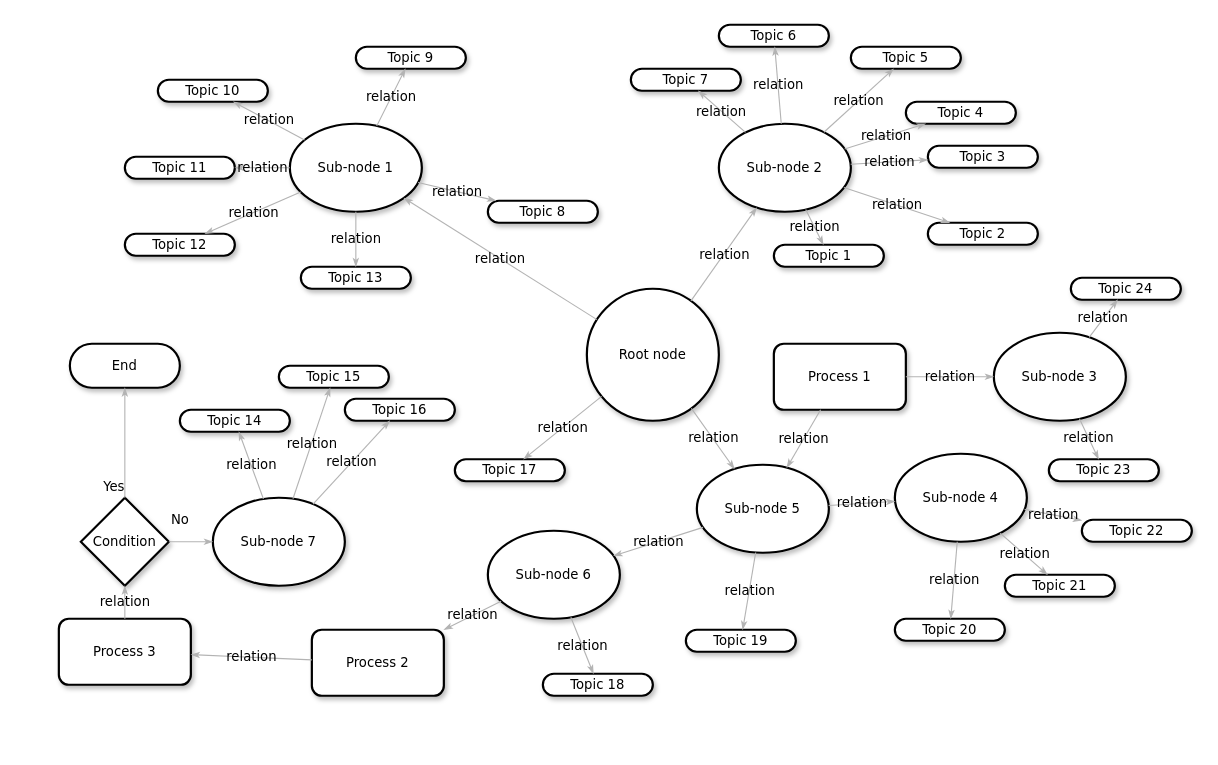
Before: Untitled Diagram.drawio in CWWhitney/ethnoforestry_agroforestry, a draw.io diagram. Source tidied: cells renumbered, new cells numbered last; positions are measured from the earlier drawing's top-left corner, leaving out a move shared by most shapes. Both pictures are drawn from the tidied source at 110%, with x=0, y=0 at pixel (58, 24).
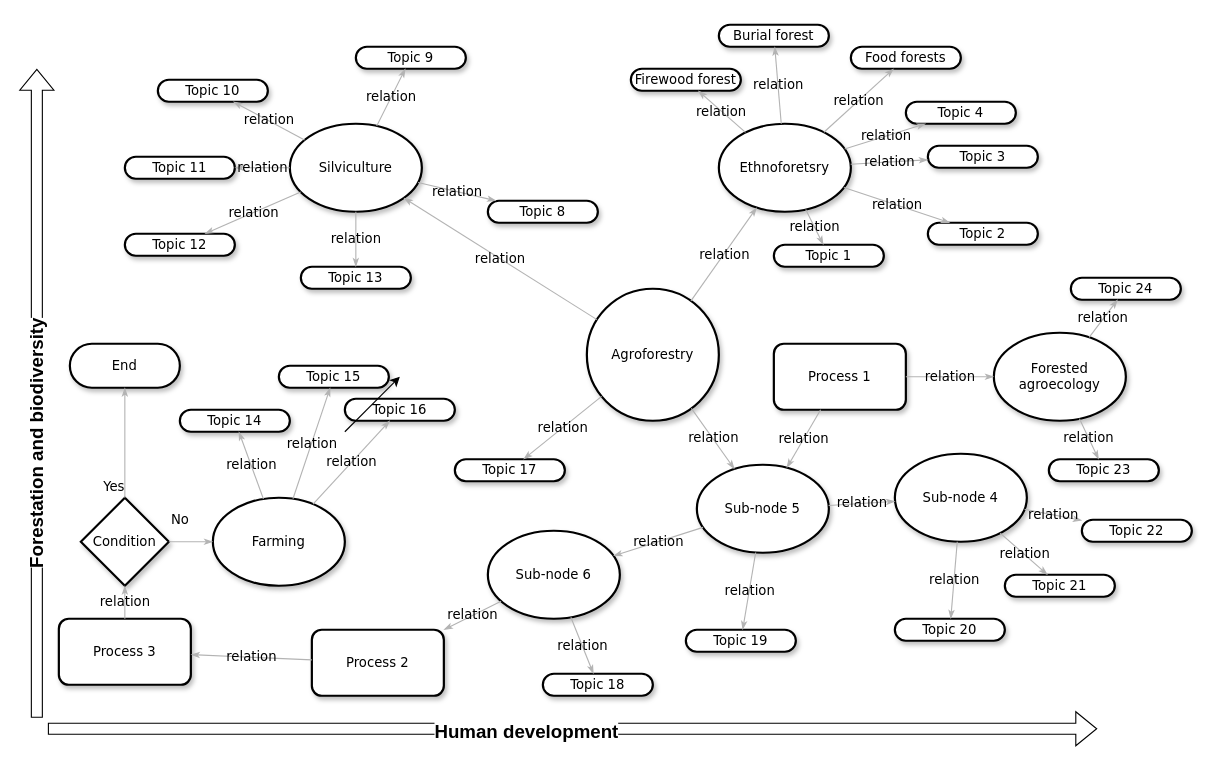
The same page after the edit.

Change to the diagram source:
```diff
@@
-    <mxCell id="3" value="Sub-node 1" style="ellipse;whiteSpace=wrap;html=1;rounded=1;shadow=1;comic=0;labelBackgroundColor=none;strokeWidth=2;fontFamily=Verdana;fontSize=12;align=center;" parent="1" vertex="1">
+    <mxCell id="3" value="Silviculture" style="ellipse;whiteSpace=wrap;html=1;rounded=1;shadow=1;comic=0;labelBackgroundColor=none;strokeWidth=2;fontFamily=Verdana;fontSize=12;align=center;" parent="1" vertex="1">
       <mxGeometry x="210" y="90" width="120" height="80" as="geometry" />
     </mxCell>
-    <mxCell id="4" value="&lt;span&gt;Sub-node 2&lt;/span&gt;" style="ellipse;whiteSpace=wrap;html=1;rounded=1;shadow=1;comic=0;labelBackgroundColor=none;strokeWidth=2;fontFamily=Verdana;fontSize=12;align=center;" parent="1" vertex="1">
+    <mxCell id="4" value="Ethnoforetsry" style="ellipse;whiteSpace=wrap;html=1;rounded=1;shadow=1;comic=0;labelBackgroundColor=none;strokeWidth=2;fontFamily=Verdana;fontSize=12;align=center;" parent="1" vertex="1">
       <mxGeometry x="600" y="90" width="120" height="80" as="geometry" />
     </mxCell>
-    <mxCell id="5" value="Root node" style="ellipse;whiteSpace=wrap;html=1;rounded=1;shadow=1;comic=0;labelBackgroundColor=none;strokeWidth=2;fontFamily=Verdana;fontSize=12;align=center;" parent="1" vertex="1">
+    <mxCell id="5" value="Agroforestry" style="ellipse;whiteSpace=wrap;html=1;rounded=1;shadow=1;comic=0;labelBackgroundColor=none;strokeWidth=2;fontFamily=Verdana;fontSize=12;align=center;" parent="1" vertex="1">
       <mxGeometry x="480" y="240" width="120" height="120" as="geometry" />
     </mxCell>
@@
-    <mxCell id="12" value="&lt;span&gt;Topic 7&lt;/span&gt;" style="whiteSpace=wrap;html=1;rounded=1;shadow=1;comic=0;labelBackgroundColor=none;strokeWidth=2;fontFamily=Verdana;fontSize=12;align=center;arcSize=50;" parent="1" vertex="1">
+    <mxCell id="12" value="&lt;span&gt;Firewood forest&lt;/span&gt;" style="whiteSpace=wrap;html=1;rounded=1;shadow=1;comic=0;labelBackgroundColor=none;strokeWidth=2;fontFamily=Verdana;fontSize=12;align=center;arcSize=50;" parent="1" vertex="1">
       <mxGeometry x="520" y="40" width="100" height="20" as="geometry" />
     </mxCell>
@@
-    <mxCell id="15" value="&lt;span&gt;Topic 6&lt;/span&gt;" style="whiteSpace=wrap;html=1;rounded=1;shadow=1;comic=0;labelBackgroundColor=none;strokeWidth=2;fontFamily=Verdana;fontSize=12;align=center;arcSize=50;" parent="1" vertex="1">
+    <mxCell id="15" value="&lt;span&gt;Burial forest&lt;/span&gt;" style="whiteSpace=wrap;html=1;rounded=1;shadow=1;comic=0;labelBackgroundColor=none;strokeWidth=2;fontFamily=Verdana;fontSize=12;align=center;arcSize=50;" parent="1" vertex="1">
       <mxGeometry x="600" width="100" height="20" as="geometry" />
     </mxCell>
-    <mxCell id="16" value="&lt;span&gt;Topic 5&lt;/span&gt;" style="whiteSpace=wrap;html=1;rounded=1;shadow=1;comic=0;labelBackgroundColor=none;strokeWidth=2;fontFamily=Verdana;fontSize=12;align=center;arcSize=50;" parent="1" vertex="1">
+    <mxCell id="16" value="&lt;span&gt;Food forests&lt;/span&gt;" style="whiteSpace=wrap;html=1;rounded=1;shadow=1;comic=0;labelBackgroundColor=none;strokeWidth=2;fontFamily=Verdana;fontSize=12;align=center;arcSize=50;" parent="1" vertex="1">
       <mxGeometry x="720" y="20" width="100" height="20" as="geometry" />
     </mxCell>
@@
-    <mxCell id="50" value="&lt;span&gt;Sub-node 3&lt;/span&gt;" style="ellipse;whiteSpace=wrap;html=1;rounded=1;shadow=1;comic=0;labelBackgroundColor=none;strokeWidth=2;fontFamily=Verdana;fontSize=12;align=center;" parent="1" vertex="1">
+    <mxCell id="50" value="&lt;span&gt;Forested agroecology&lt;/span&gt;" style="ellipse;whiteSpace=wrap;html=1;rounded=1;shadow=1;comic=0;labelBackgroundColor=none;strokeWidth=2;fontFamily=Verdana;fontSize=12;align=center;" parent="1" vertex="1">
       <mxGeometry x="850" y="280" width="120" height="80" as="geometry" />
     </mxCell>
@@
-    <mxCell id="64" value="&lt;span&gt;Sub-node 7&lt;/span&gt;" style="ellipse;whiteSpace=wrap;html=1;rounded=1;shadow=1;comic=0;labelBackgroundColor=none;strokeWidth=2;fontFamily=Verdana;fontSize=12;align=center;" parent="1" vertex="1">
+    <mxCell id="64" value="&lt;span&gt;Farming&lt;/span&gt;" style="ellipse;whiteSpace=wrap;html=1;rounded=1;shadow=1;comic=0;labelBackgroundColor=none;strokeWidth=2;fontFamily=Verdana;fontSize=12;align=center;" parent="1" vertex="1">
       <mxGeometry x="140" y="430" width="120" height="80" as="geometry" />
     </mxCell>
@@
+    <mxCell id="75" style="endArrow=classic;html=1;rounded=0;" parent="1" edge="1">
+      <mxGeometry relative="1" as="geometry">
+        <mxPoint x="260" y="370" as="sourcePoint" />
+        <mxPoint x="310" y="320" as="targetPoint" />
+      </mxGeometry>
+    </mxCell>
+    <mxCell id="76" style="shape=flexArrow;endArrow=classic;html=1;rounded=0;fontSize=18;" parent="1" edge="1">
+      <mxGeometry relative="1" as="geometry">
+        <mxPoint x="-20" y="630" as="sourcePoint" />
+        <mxPoint x="-20" y="40" as="targetPoint" />
+      </mxGeometry>
+    </mxCell>
+    <mxCell id="77" value="&lt;font style=&quot;font-size: 17px;&quot;&gt;Forestation and biodiversity&lt;/font&gt;" style="edgeLabel;html=1;align=center;verticalAlign=middle;rotation=-90;fontStyle=1;" parent="76" vertex="1">
+      <mxGeometry x="-0.16" relative="1" as="geometry" />
+    </mxCell>
+    <mxCell id="78" style="shape=flexArrow;endArrow=classic;html=1;rounded=0;" parent="1" edge="1">
+      <mxGeometry relative="1" as="geometry">
+        <mxPoint x="-10" y="640" as="sourcePoint" />
+        <mxPoint x="944" y="640" as="targetPoint" />
+      </mxGeometry>
+    </mxCell>
+    <mxCell id="79" value="&lt;span&gt;&lt;font style=&quot;font-size: 17px;&quot;&gt;Human development&lt;/font&gt;&lt;/span&gt;" style="edgeLabel;html=1;align=center;verticalAlign=middle;fontStyle=1;" parent="78" vertex="1">
+      <mxGeometry x="-0.09" y="-2" relative="1" as="geometry">
+        <mxPoint y="1" as="offset" />
+      </mxGeometry>
+    </mxCell>
```
